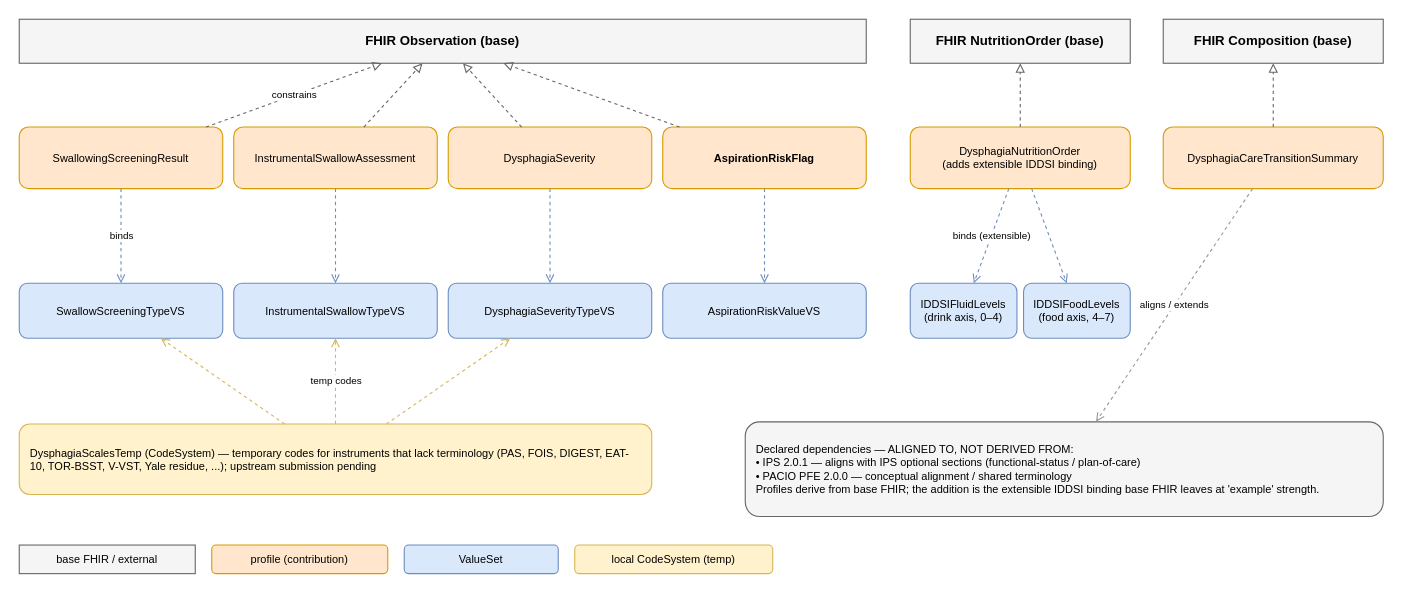
This is figures/Figure-2-ig-structure.drawio from sefatuncer/stroke-dysphagia-fhir-ig, a draw.io file, before an edit. Source tidied: cells renumbered, new cells numbered last; positions are measured from the earlier drawing's top-left corner, leaving out a move shared by most shapes. Both pictures are drawn from the tidied source at 110%, with x=0, y=0 at pixel (19, 19).
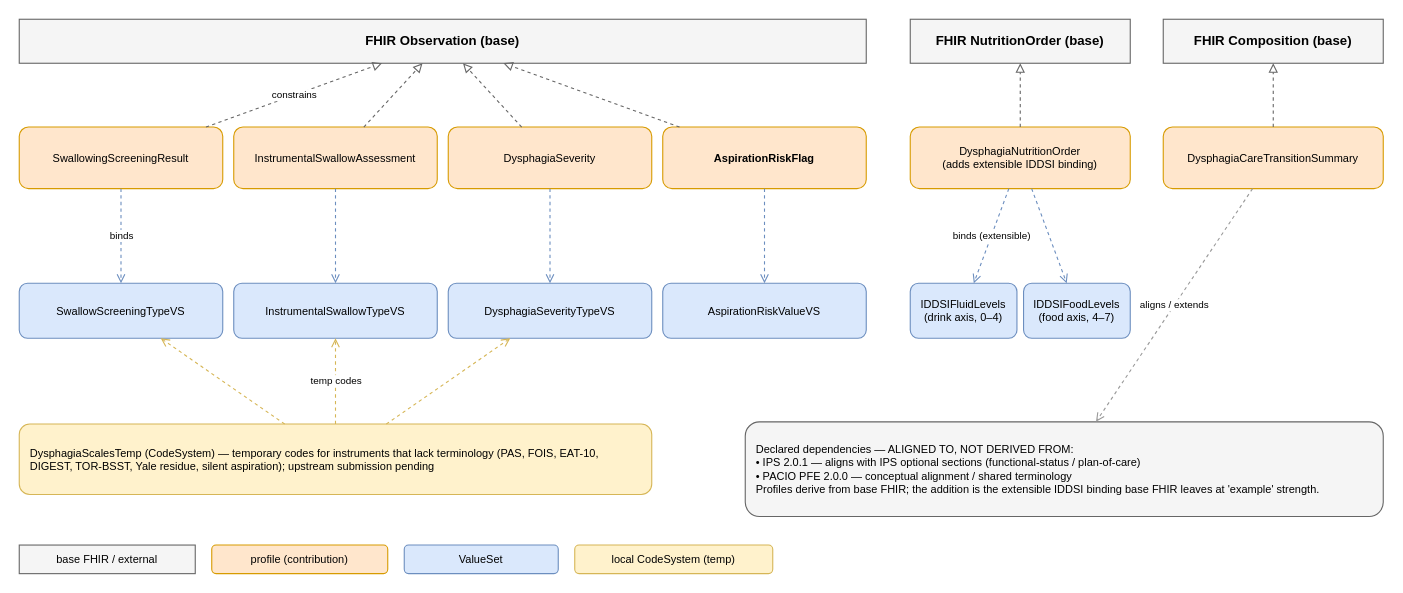
The same diagram, later.

What changed in the source:
```diff
@@
-    <mxCell id="29" value="DysphagiaScalesTemp (CodeSystem) — temporary codes for instruments that lack terminology (PAS, FOIS, DIGEST, EAT-10, TOR-BSST, V-VST, Yale residue, ...); upstream submission pending" style="rounded=1;whiteSpace=wrap;html=1;fillColor=#fff2cc;strokeColor=#d6b656;fontSize=10;align=left;spacingLeft=8;spacingRight=8;" parent="1" vertex="1">
+    <mxCell id="29" value="DysphagiaScalesTemp (CodeSystem) — temporary codes for instruments that lack terminology (PAS, FOIS, EAT-10, DIGEST, TOR-BSST, Yale residue, silent aspiration); upstream submission pending" style="rounded=1;whiteSpace=wrap;html=1;fillColor=#fff2cc;strokeColor=#d6b656;fontSize=10;align=left;spacingLeft=8;spacingRight=8;" parent="1" vertex="1">
       <mxGeometry y="368" width="575" height="64" as="geometry" />
     </mxCell>
```
